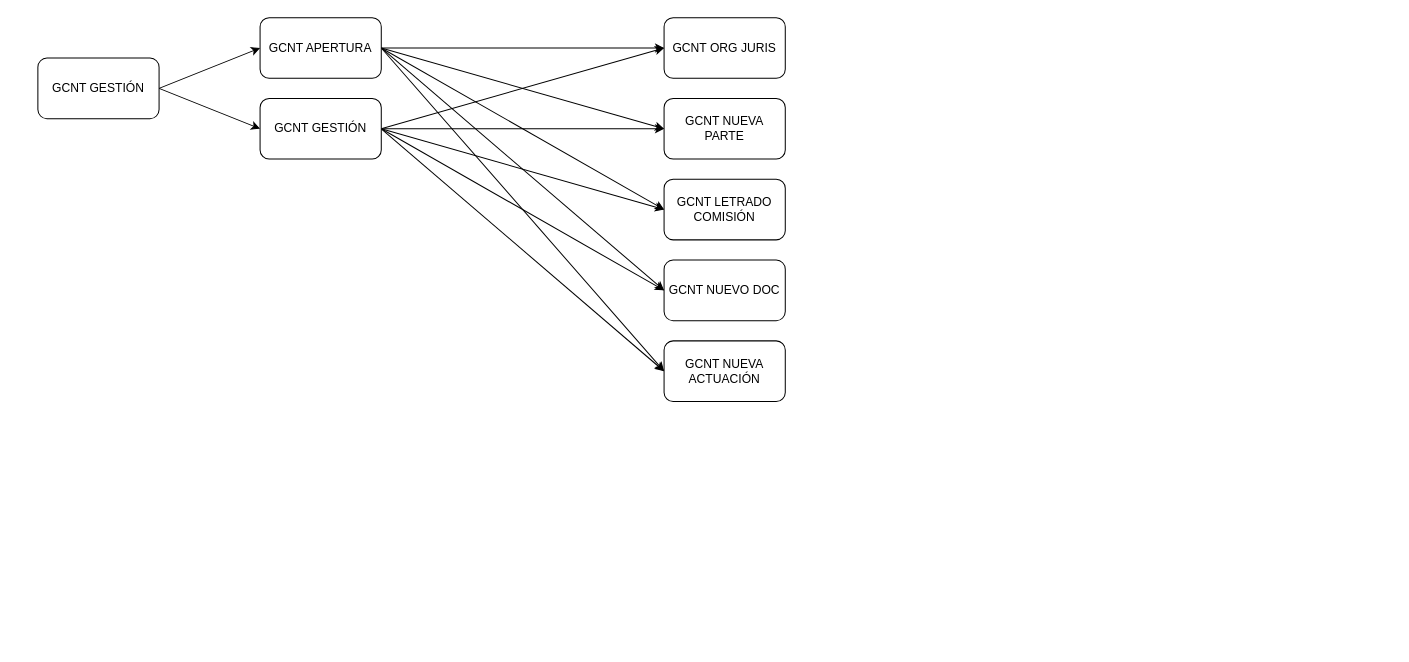
Earlier version of the draw.io diagram mierdas.drawio (rlop666/diagramas). Source tidied: cells renumbered, new cells numbered last; positions are measured from the earlier drawing's top-left corner, leaving out a move shared by most shapes. Both pictures are drawn from the tidied source at 101%, with x=0, y=0 at pixel (37, 17).
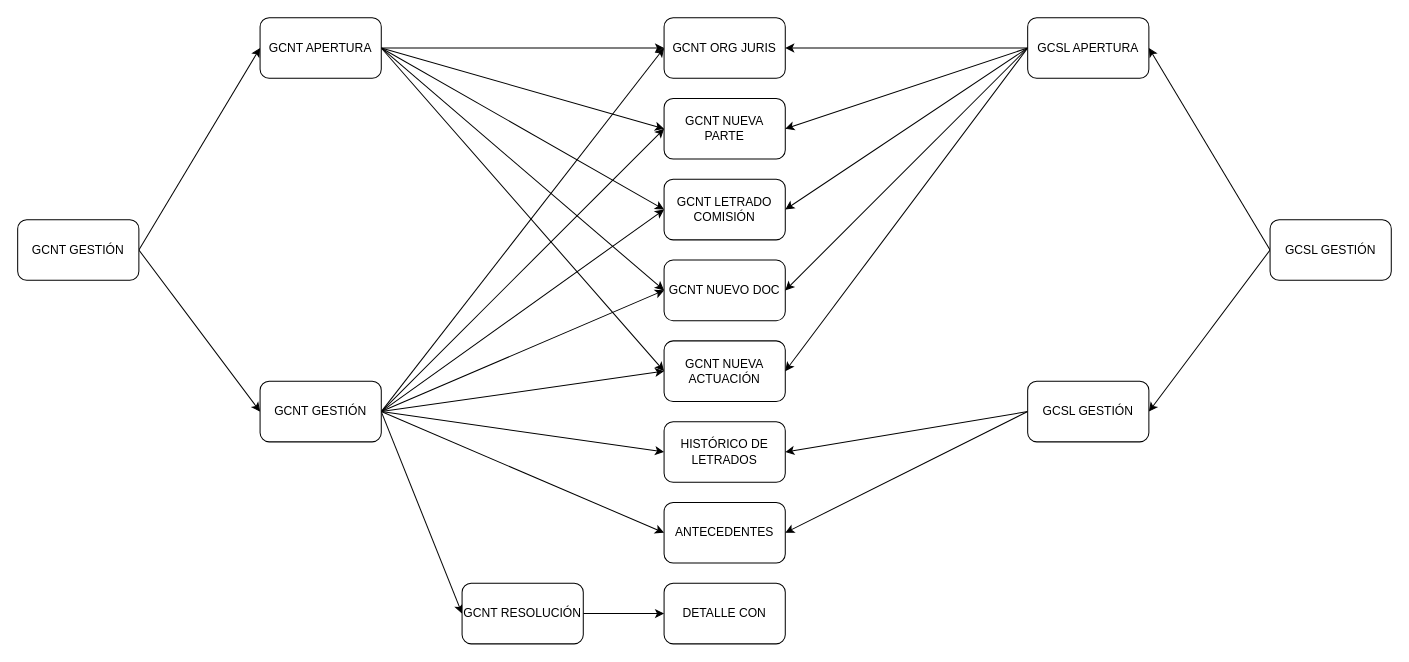
The same diagram, later.

Unchanged cells that the change refers to:
```xml
<mxCell id="11" value="GCNT NUEVA PARTE" style="rounded=1;whiteSpace=wrap;html=1;" parent="1" vertex="1">
  <mxGeometry x="620" y="80" width="120" height="60" as="geometry" />
</mxCell>
<mxCell id="12" value="GCNT ORG JURIS" style="rounded=1;whiteSpace=wrap;html=1;" parent="1" vertex="1">
  <mxGeometry x="620" width="120" height="60" as="geometry" />
</mxCell>
<mxCell id="13" value="GCNT LETRADO COMISIÓN" style="rounded=1;whiteSpace=wrap;html=1;" parent="1" vertex="1">
  <mxGeometry x="620" y="160" width="120" height="60" as="geometry" />
</mxCell>
<mxCell id="14" value="GCNT NUEVO DOC" style="rounded=1;whiteSpace=wrap;html=1;" parent="1" vertex="1">
  <mxGeometry x="620" y="240" width="120" height="60" as="geometry" />
</mxCell>
<mxCell id="15" value="GCNT NUEVA ACTUACIÓN" style="rounded=1;whiteSpace=wrap;html=1;" parent="1" vertex="1">
  <mxGeometry x="620" y="320" width="120" height="60" as="geometry" />
</mxCell>
```

The edit, as a diff of the source:
```diff
@@
     <mxCell id="4" value="GCNT GESTIÓN" style="rounded=1;whiteSpace=wrap;html=1;" parent="1" vertex="1">
-      <mxGeometry y="40" width="120" height="60" as="geometry" />
+      <mxGeometry x="-20" y="200" width="120" height="60" as="geometry" />
     </mxCell>
@@
-    <mxCell id="18" style="rounded=0;jettySize=auto;html=1;entryX=0;entryY=0.5;entryDx=0;entryDy=0;" parent="1" edge="1" source="21" target="11">
+    <mxCell id="18" style="rounded=0;jettySize=auto;html=1;entryX=0;entryY=0.5;entryDx=0;entryDy=0;exitX=1;exitY=0.5;exitDx=0;exitDy=0;" parent="1" edge="1" source="21" target="11">
       <mxGeometry relative="1" as="geometry" />
     </mxCell>
@@
-    <mxCell id="20" style="rounded=0;jettySize=auto;html=1;entryX=0;entryY=0.5;entryDx=0;entryDy=0;" parent="1" edge="1" target="13">
-      <mxGeometry relative="1" as="geometry">
-        <mxPoint x="340" y="110" as="sourcePoint" />
-      </mxGeometry>
+    <mxCell id="20" style="rounded=0;jettySize=auto;html=1;entryX=0;entryY=0.5;entryDx=0;entryDy=0;exitX=1;exitY=0.5;exitDx=0;exitDy=0;" parent="1" edge="1" source="21" target="13">
+      <mxGeometry relative="1" as="geometry" />
     </mxCell>
+    <mxCell id="22" style="rounded=0;jettySize=auto;html=1;entryX=0;entryY=0.5;entryDx=0;entryDy=0;exitX=1;exitY=0.5;exitDx=0;exitDy=0;" parent="1" edge="1" source="21" target="26">
+      <mxGeometry relative="1" as="geometry" />
+    </mxCell>
+    <mxCell id="23" style="rounded=0;jettySize=auto;html=1;entryX=0;entryY=0.5;entryDx=0;entryDy=0;exitX=1;exitY=0.5;exitDx=0;exitDy=0;" parent="1" edge="1" source="21" target="28">
+      <mxGeometry relative="1" as="geometry" />
+    </mxCell>
+    <mxCell id="24" style="rounded=0;jettySize=auto;html=1;entryX=0;entryY=0.5;entryDx=0;entryDy=0;exitX=1;exitY=0.5;exitDx=0;exitDy=0;" parent="1" edge="1" source="21" target="29">
+      <mxGeometry relative="1" as="geometry" />
+    </mxCell>
     <mxCell id="21" value="GCNT GESTIÓN" style="rounded=1;whiteSpace=wrap;html=1;" parent="1" vertex="1">
-      <mxGeometry x="220" y="80" width="120" height="60" as="geometry" />
+      <mxGeometry x="220" y="360" width="120" height="60" as="geometry" />
     </mxCell>
+    <mxCell id="25" style="rounded=0;jettySize=auto;html=1;entryX=0;entryY=0.5;entryDx=0;entryDy=0;exitX=1;exitY=0.5;exitDx=0;exitDy=0;" parent="1" edge="1" source="26" target="27">
+      <mxGeometry relative="1" as="geometry" />
+    </mxCell>
+    <mxCell id="26" value="GCNT RESOLUCIÓN" style="rounded=1;whiteSpace=wrap;html=1;" parent="1" vertex="1">
+      <mxGeometry x="420" y="560" width="120" height="60" as="geometry" />
+    </mxCell>
+    <mxCell id="27" value="DETALLE CON" style="rounded=1;whiteSpace=wrap;html=1;" parent="1" vertex="1">
+      <mxGeometry x="620" y="560" width="120" height="60" as="geometry" />
+    </mxCell>
+    <mxCell id="28" value="HISTÓRICO DE LETRADOS" style="rounded=1;whiteSpace=wrap;html=1;" parent="1" vertex="1">
+      <mxGeometry x="620" y="400" width="120" height="60" as="geometry" />
+    </mxCell>
+    <mxCell id="29" value="ANTECEDENTES" style="rounded=1;whiteSpace=wrap;html=1;" parent="1" vertex="1">
+      <mxGeometry x="620" y="480" width="120" height="60" as="geometry" />
+    </mxCell>
+    <mxCell id="30" style="edgeStyle=orthogonalEdgeStyle;rounded=0;jettySize=auto;html=1;entryX=1;entryY=0.5;entryDx=0;entryDy=0;" parent="1" edge="1" source="35" target="12">
+      <mxGeometry relative="1" as="geometry" />
+    </mxCell>
+    <mxCell id="31" style="rounded=0;jettySize=auto;html=1;entryX=1;entryY=0.5;entryDx=0;entryDy=0;exitX=0;exitY=0.5;exitDx=0;exitDy=0;" parent="1" edge="1" source="35" target="11">
+      <mxGeometry relative="1" as="geometry" />
+    </mxCell>
+    <mxCell id="32" style="rounded=0;jettySize=auto;html=1;entryX=1;entryY=0.5;entryDx=0;entryDy=0;exitX=0;exitY=0.5;exitDx=0;exitDy=0;" parent="1" edge="1" source="35" target="13">
+      <mxGeometry relative="1" as="geometry" />
+    </mxCell>
+    <mxCell id="33" style="rounded=0;jettySize=auto;html=1;entryX=1;entryY=0.5;entryDx=0;entryDy=0;exitX=0;exitY=0.5;exitDx=0;exitDy=0;" parent="1" edge="1" source="35" target="14">
+      <mxGeometry relative="1" as="geometry" />
+    </mxCell>
+    <mxCell id="34" style="rounded=0;jettySize=auto;html=1;entryX=1;entryY=0.5;entryDx=0;entryDy=0;exitX=0;exitY=0.5;exitDx=0;exitDy=0;" parent="1" edge="1" source="35" target="15">
+      <mxGeometry relative="1" as="geometry" />
+    </mxCell>
+    <mxCell id="35" value="GCSL APERTURA" style="rounded=1;whiteSpace=wrap;html=1;" parent="1" vertex="1">
+      <mxGeometry x="980" width="120" height="60" as="geometry" />
+    </mxCell>
+    <mxCell id="36" style="rounded=0;jettySize=auto;html=1;entryX=1;entryY=0.5;entryDx=0;entryDy=0;exitX=0;exitY=0.5;exitDx=0;exitDy=0;" parent="1" edge="1" source="38" target="41">
+      <mxGeometry relative="1" as="geometry" />
+    </mxCell>
+    <mxCell id="37" style="rounded=0;jettySize=auto;html=1;entryX=1;entryY=0.5;entryDx=0;entryDy=0;exitX=0;exitY=0.5;exitDx=0;exitDy=0;" parent="1" edge="1" source="38" target="35">
+      <mxGeometry relative="1" as="geometry" />
+    </mxCell>
+    <mxCell id="38" value="GCSL GESTIÓN" style="rounded=1;whiteSpace=wrap;html=1;" parent="1" vertex="1">
+      <mxGeometry x="1220" y="200" width="120" height="60" as="geometry" />
+    </mxCell>
+    <mxCell id="39" style="rounded=0;jettySize=auto;html=1;entryX=1;entryY=0.5;entryDx=0;entryDy=0;exitX=0;exitY=0.5;exitDx=0;exitDy=0;" parent="1" edge="1" source="41" target="28">
+      <mxGeometry relative="1" as="geometry" />
+    </mxCell>
+    <mxCell id="40" style="rounded=0;jettySize=auto;html=1;entryX=1;entryY=0.5;entryDx=0;entryDy=0;exitX=0;exitY=0.5;exitDx=0;exitDy=0;" parent="1" edge="1" source="41" target="29">
+      <mxGeometry relative="1" as="geometry" />
+    </mxCell>
+    <mxCell id="41" value="GCSL GESTIÓN" style="rounded=1;whiteSpace=wrap;html=1;" parent="1" vertex="1">
+      <mxGeometry x="980" y="360" width="120" height="60" as="geometry" />
+    </mxCell>
```
